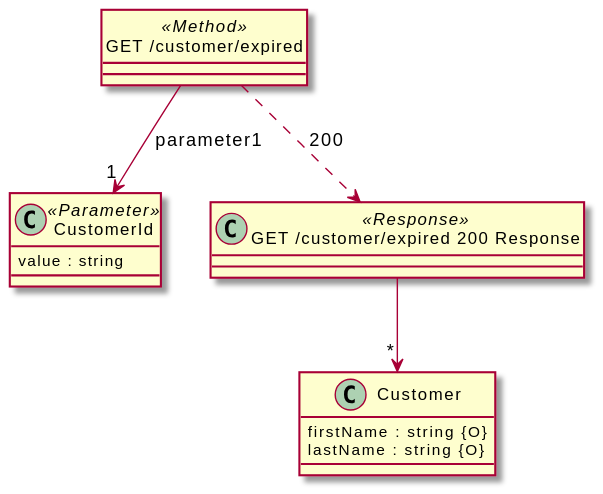
Before: src/docs/tests/components-parameter.puml.svg, a diagram exported from PlantUML (davidmoten/openapi-to-plantuml).
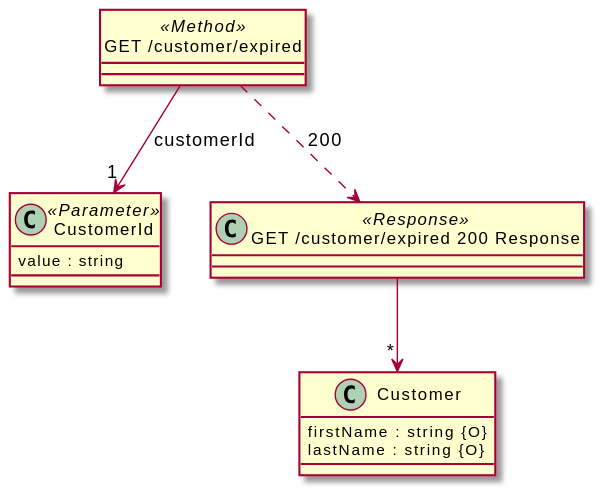
Above is the later version.

What changed in the source:
```diff
@@ -21,6 +21,6 @@
 
 "GET /customer/expired" ..> "GET /customer/expired 200 Response": 200
 
-"GET /customer/expired" --> "1""CustomerId" : "parameter1"
+"GET /customer/expired" --> "1" "CustomerId" : "customerId"
 
 @enduml
```
